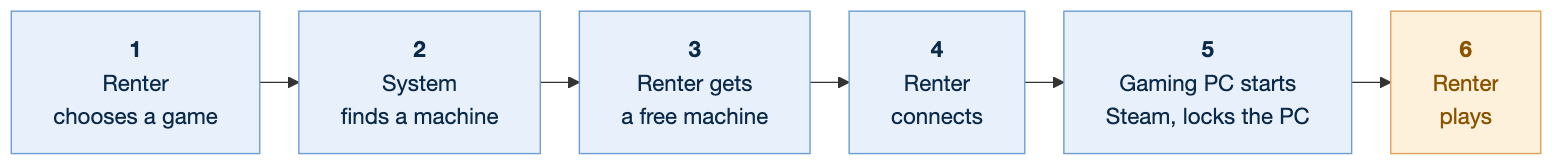
tomnotthomas/distributed_gaming keeps this Mermaid diagram as docs/diagrams/workflow.png. Above is the earlier version. Its source is kept beside it as docs/diagrams/workflow.mmd.
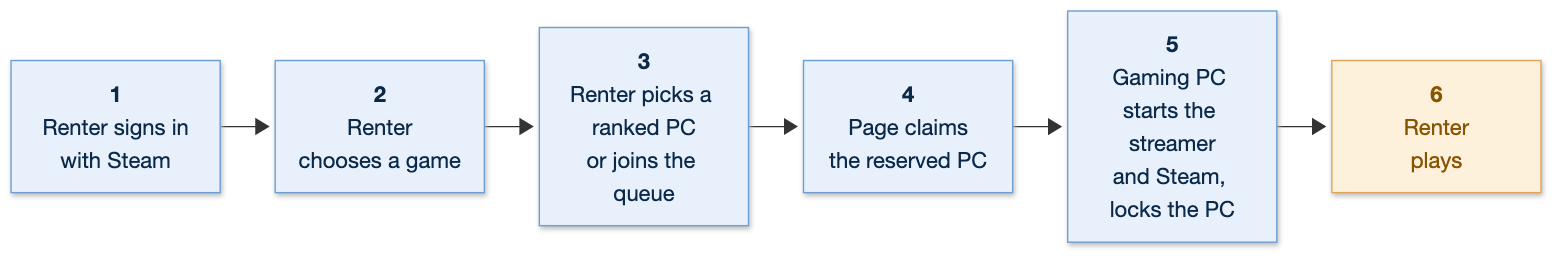
After the change.

Change to the diagram source:
```diff
@@ -15,7 +15,7 @@
     svg, text, span, p, div { font-family: "Helvetica Neue", Helvetica, Arial, sans-serif !important; }
 ---
 flowchart LR
-  S1["<b>1</b><br/>Renter<br/>chooses a game"] --> S2["<b>2</b><br/>System<br/>finds a machine"] --> S3["<b>3</b><br/>Renter gets<br/>a free machine"] --> S4["<b>4</b><br/>Renter<br/>connects"] --> S5["<b>5</b><br/>Gaming PC starts<br/>Steam, locks the PC"] --> S6["<b>6</b><br/>Renter<br/>plays"]
+  S1["<b>1</b><br/>Renter signs in<br/>with Steam"] --> S2["<b>2</b><br/>Renter<br/>chooses a game"] --> S3["<b>3</b><br/>Renter picks a ranked PC<br/>or joins the queue"] --> S4["<b>4</b><br/>Page claims<br/>the reserved PC"] --> S5["<b>5</b><br/>Gaming PC starts the streamer<br/>and Steam, locks the PC"] --> S6["<b>6</b><br/>Renter<br/>plays"]
 
   classDef step fill:#e8f1fb,stroke:#6d9ed3,color:#0b2a4a
   classDef done fill:#fdf1dc,stroke:#e0a458,color:#8a5300
```
